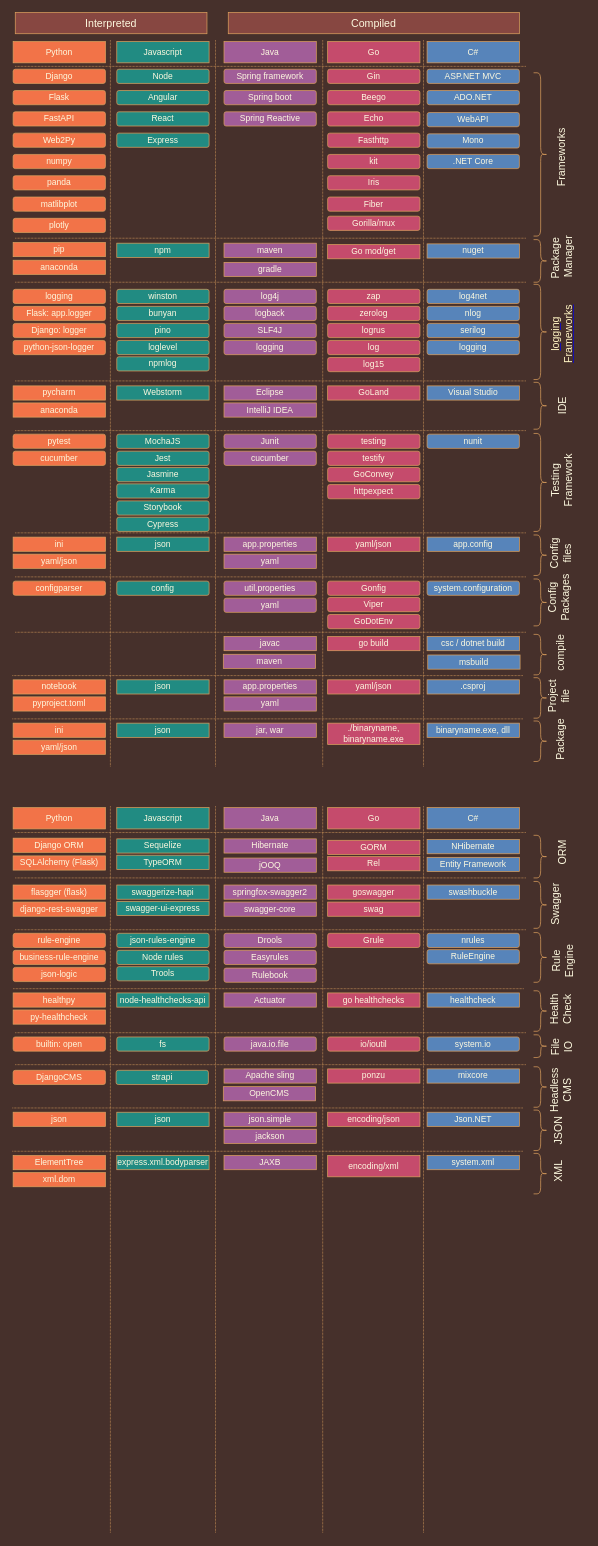
The draw.io diagram page "Programming Languages" (1 of 11) of programming Languages.drawio in blitznihar/draws, before the edit. Source tidied: cells renumbered, new cells numbered last; positions are measured from the earlier drawing's top-left corner, leaving out a move shared by most shapes. Both pictures are drawn from the tidied source at 71%, with x=0, y=0 at pixel (12, 12).
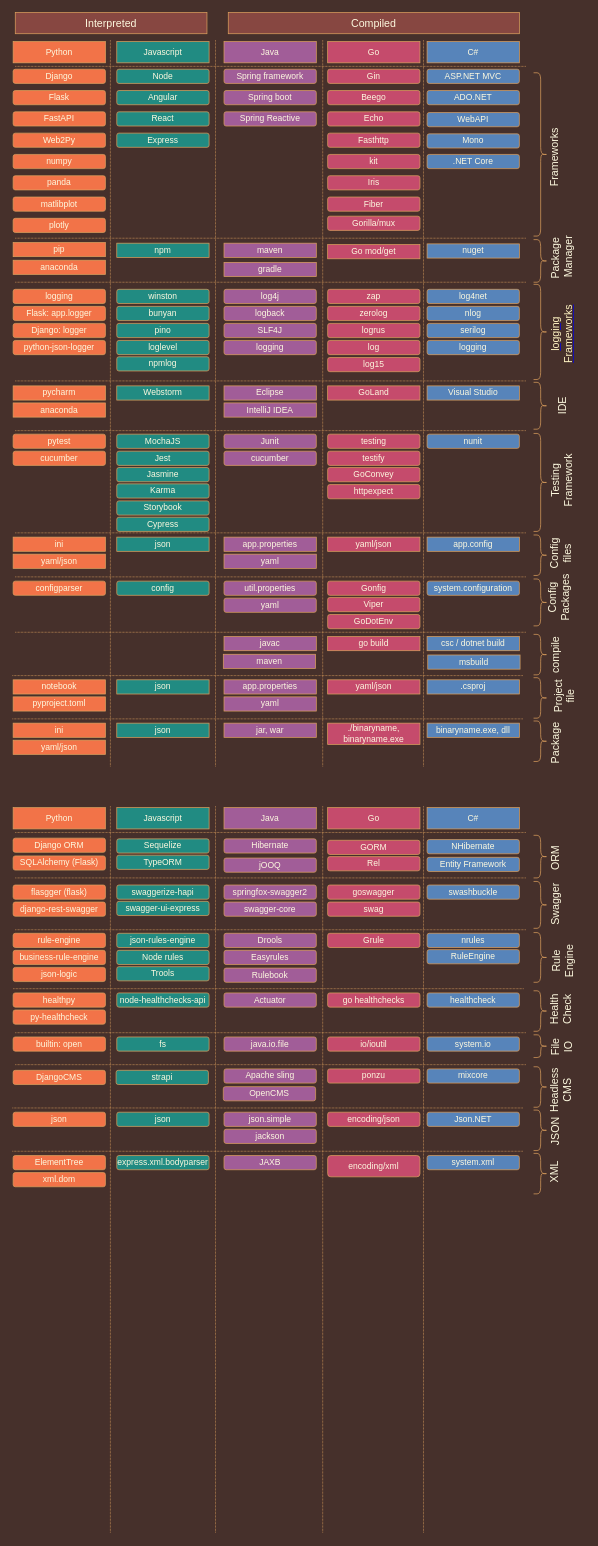
After the change.

Change to the diagram source:
```diff
@@
     <mxCell id="32" value="Frameworks" style="text;html=1;strokeColor=none;fillColor=none;align=center;verticalAlign=middle;whiteSpace=wrap;rounded=0;fontFamily=Helvetica;fontSize=15;horizontal=0;fontColor=#FEFAE0;" parent="1" vertex="1">
-      <mxGeometry x="743" y="189" width="60" height="30" as="geometry" />
+      <mxGeometry x="733" y="189" width="60" height="30" as="geometry" />
     </mxCell>
@@
     <mxCell id="133" value="compile" style="text;html=1;strokeColor=none;fillColor=none;align=center;verticalAlign=middle;whiteSpace=wrap;rounded=0;fontFamily=Helvetica;fontSize=15;horizontal=0;fontColor=#FEFAE0;" parent="1" vertex="1">
-      <mxGeometry x="742" y="887" width="60" height="30" as="geometry" />
+      <mxGeometry x="734" y="890" width="60" height="30" as="geometry" />
     </mxCell>
@@
     <mxCell id="143" value="Project file" style="text;html=1;strokeColor=none;fillColor=none;align=center;verticalAlign=middle;whiteSpace=wrap;rounded=0;fontFamily=Helvetica;fontSize=15;horizontal=0;fontColor=#FEFAE0;" parent="1" vertex="1">
-      <mxGeometry x="739" y="948" width="60" height="30" as="geometry" />
+      <mxGeometry x="747" y="948" width="60" height="30" as="geometry" />
     </mxCell>
@@
     <mxCell id="152" value="Package" style="text;html=1;strokeColor=none;fillColor=none;align=center;verticalAlign=middle;whiteSpace=wrap;rounded=0;fontFamily=Helvetica;fontSize=15;horizontal=0;fontColor=#FEFAE0;" parent="1" vertex="1">
-      <mxGeometry x="742" y="1009" width="60" height="30" as="geometry" />
+      <mxGeometry x="735" y="1014" width="60" height="30" as="geometry" />
     </mxCell>
@@
-    <mxCell id="160" value="Django ORM" style="rounded=0;whiteSpace=wrap;html=1;fillColor=#F27348;strokeColor=#DDA15E;fontColor=#FEFAE0;" parent="1" vertex="1">
+    <mxCell id="160" value="Django ORM" style="rounded=1;whiteSpace=wrap;html=1;fillColor=#F27348;strokeColor=#DDA15E;fontColor=#FEFAE0;" parent="1" vertex="1">
       <mxGeometry x="1" y="1163" width="130" height="20" as="geometry" />
     </mxCell>
-    <mxCell id="161" value="Sequelize" style="rounded=0;whiteSpace=wrap;html=1;fillColor=#218B82;strokeColor=#DDA15E;fontColor=#FEFAE0;" parent="1" vertex="1">
+    <mxCell id="161" value="Sequelize" style="rounded=1;whiteSpace=wrap;html=1;fillColor=#218B82;strokeColor=#DDA15E;fontColor=#FEFAE0;" parent="1" vertex="1">
       <mxGeometry x="147" y="1164" width="130" height="20" as="geometry" />
     </mxCell>
-    <mxCell id="162" value="Hibernate" style="rounded=0;whiteSpace=wrap;html=1;fillColor=#A15D98;strokeColor=#DDA15E;fontColor=#FEFAE0;" parent="1" vertex="1">
+    <mxCell id="162" value="Hibernate" style="rounded=1;whiteSpace=wrap;html=1;fillColor=#A15D98;strokeColor=#DDA15E;fontColor=#FEFAE0;" parent="1" vertex="1">
       <mxGeometry x="298" y="1164" width="130" height="20" as="geometry" />
     </mxCell>
-    <mxCell id="163" value="jOOQ" style="rounded=0;whiteSpace=wrap;html=1;fillColor=#A15D98;strokeColor=#DDA15E;fontColor=#FEFAE0;" parent="1" vertex="1">
+    <mxCell id="163" value="jOOQ" style="rounded=1;whiteSpace=wrap;html=1;fillColor=#A15D98;strokeColor=#DDA15E;fontColor=#FEFAE0;" parent="1" vertex="1">
       <mxGeometry x="298" y="1191" width="130" height="20" as="geometry" />
     </mxCell>
-    <mxCell id="164" value="GORM" style="rounded=0;whiteSpace=wrap;html=1;fillColor=#C54B6C;strokeColor=#DDA15E;fontColor=#FEFAE0;" parent="1" vertex="1">
+    <mxCell id="164" value="GORM" style="rounded=1;whiteSpace=wrap;html=1;fillColor=#C54B6C;strokeColor=#DDA15E;fontColor=#FEFAE0;" parent="1" vertex="1">
       <mxGeometry x="444" y="1166" width="130" height="20" as="geometry" />
     </mxCell>
-    <mxCell id="165" value="NHibernate" style="rounded=0;whiteSpace=wrap;html=1;fillColor=#5784BA;strokeColor=#DDA15E;fontColor=#FEFAE0;" parent="1" vertex="1">
+    <mxCell id="165" value="NHibernate" style="rounded=1;whiteSpace=wrap;html=1;fillColor=#5784BA;strokeColor=#DDA15E;fontColor=#FEFAE0;" parent="1" vertex="1">
       <mxGeometry x="584" y="1165" width="130" height="20" as="geometry" />
     </mxCell>
@@
     <mxCell id="167" value="ORM" style="text;html=1;strokeColor=none;fillColor=none;align=center;verticalAlign=middle;whiteSpace=wrap;rounded=0;fontFamily=Helvetica;fontSize=15;horizontal=0;fontColor=#FEFAE0;" parent="1" vertex="1">
-      <mxGeometry x="744" y="1168" width="60" height="30" as="geometry" />
+      <mxGeometry x="735" y="1176" width="60" height="30" as="geometry" />
     </mxCell>
-    <mxCell id="168" value="SQLAlchemy (Flask)" style="rounded=0;whiteSpace=wrap;html=1;fillColor=#F27348;strokeColor=#DDA15E;fontColor=#FEFAE0;" parent="1" vertex="1">
+    <mxCell id="168" value="SQLAlchemy (Flask)" style="rounded=1;whiteSpace=wrap;html=1;fillColor=#F27348;strokeColor=#DDA15E;fontColor=#FEFAE0;" parent="1" vertex="1">
       <mxGeometry x="1" y="1188" width="130" height="20" as="geometry" />
     </mxCell>
@@
-    <mxCell id="175" value="flasgger (flask)" style="rounded=0;whiteSpace=wrap;html=1;fillColor=#F27348;strokeColor=#DDA15E;fontColor=#FEFAE0;" parent="1" vertex="1">
+    <mxCell id="175" value="flasgger (flask)" style="rounded=1;whiteSpace=wrap;html=1;fillColor=#F27348;strokeColor=#DDA15E;fontColor=#FEFAE0;" parent="1" vertex="1">
       <mxGeometry x="1" y="1229" width="130" height="20" as="geometry" />
     </mxCell>
-    <mxCell id="176" value="swaggerize-hapi" style="rounded=0;whiteSpace=wrap;html=1;fillColor=#218B82;strokeColor=#DDA15E;fontColor=#FEFAE0;" parent="1" vertex="1">
+    <mxCell id="176" value="swaggerize-hapi" style="rounded=1;whiteSpace=wrap;html=1;fillColor=#218B82;strokeColor=#DDA15E;fontColor=#FEFAE0;" parent="1" vertex="1">
       <mxGeometry x="147" y="1229" width="130" height="20" as="geometry" />
     </mxCell>
-    <mxCell id="177" value="springfox-swagger2" style="rounded=0;whiteSpace=wrap;html=1;fillColor=#A15D98;strokeColor=#DDA15E;fontColor=#FEFAE0;" parent="1" vertex="1">
+    <mxCell id="177" value="springfox-swagger2" style="rounded=1;whiteSpace=wrap;html=1;fillColor=#A15D98;strokeColor=#DDA15E;fontColor=#FEFAE0;" parent="1" vertex="1">
       <mxGeometry x="298" y="1229" width="130" height="20" as="geometry" />
     </mxCell>
-    <mxCell id="178" value="swagger-core" style="rounded=0;whiteSpace=wrap;html=1;fillColor=#A15D98;strokeColor=#DDA15E;fontColor=#FEFAE0;" parent="1" vertex="1">
+    <mxCell id="178" value="swagger-core" style="rounded=1;whiteSpace=wrap;html=1;fillColor=#A15D98;strokeColor=#DDA15E;fontColor=#FEFAE0;" parent="1" vertex="1">
       <mxGeometry x="298" y="1253" width="130" height="20" as="geometry" />
     </mxCell>
-    <mxCell id="179" value="goswagger" style="rounded=0;whiteSpace=wrap;html=1;fillColor=#C54B6C;strokeColor=#DDA15E;fontColor=#FEFAE0;" parent="1" vertex="1">
+    <mxCell id="179" value="goswagger" style="rounded=1;whiteSpace=wrap;html=1;fillColor=#C54B6C;strokeColor=#DDA15E;fontColor=#FEFAE0;" parent="1" vertex="1">
       <mxGeometry x="444" y="1229" width="130" height="20" as="geometry" />
     </mxCell>
-    <mxCell id="180" value="swashbuckle" style="rounded=0;whiteSpace=wrap;html=1;fillColor=#5784BA;strokeColor=#DDA15E;fontColor=#FEFAE0;" parent="1" vertex="1">
+    <mxCell id="180" value="swashbuckle" style="rounded=1;whiteSpace=wrap;html=1;fillColor=#5784BA;strokeColor=#DDA15E;fontColor=#FEFAE0;" parent="1" vertex="1">
       <mxGeometry x="584" y="1229" width="130" height="20" as="geometry" />
     </mxCell>
@@
-    <mxCell id="182" value="django-rest-swagger" style="rounded=0;whiteSpace=wrap;html=1;fillColor=#F27348;strokeColor=#DDA15E;fontColor=#FEFAE0;" parent="1" vertex="1">
+    <mxCell id="182" value="django-rest-swagger" style="rounded=1;whiteSpace=wrap;html=1;fillColor=#F27348;strokeColor=#DDA15E;fontColor=#FEFAE0;" parent="1" vertex="1">
       <mxGeometry x="1" y="1253" width="130" height="20" as="geometry" />
     </mxCell>
@@
-    <mxCell id="197" value="healthpy" style="rounded=0;whiteSpace=wrap;html=1;fillColor=#F27348;strokeColor=#DDA15E;fontColor=#FEFAE0;" parent="1" vertex="1">
+    <mxCell id="197" value="healthpy" style="rounded=1;whiteSpace=wrap;html=1;fillColor=#F27348;strokeColor=#DDA15E;fontColor=#FEFAE0;" parent="1" vertex="1">
       <mxGeometry x="1" y="1381" width="130" height="20" as="geometry" />
     </mxCell>
-    <mxCell id="198" value="node-healthchecks-api" style="rounded=0;whiteSpace=wrap;html=1;fillColor=#218B82;strokeColor=#DDA15E;fontColor=#FEFAE0;" parent="1" vertex="1">
+    <mxCell id="198" value="node-healthchecks-api" style="rounded=1;whiteSpace=wrap;html=1;fillColor=#218B82;strokeColor=#DDA15E;fontColor=#FEFAE0;" parent="1" vertex="1">
       <mxGeometry x="147" y="1381" width="130" height="20" as="geometry" />
     </mxCell>
-    <mxCell id="199" value="Actuator" style="rounded=0;whiteSpace=wrap;html=1;fillColor=#A15D98;strokeColor=#DDA15E;fontColor=#FEFAE0;" parent="1" vertex="1">
+    <mxCell id="199" value="Actuator" style="rounded=1;whiteSpace=wrap;html=1;fillColor=#A15D98;strokeColor=#DDA15E;fontColor=#FEFAE0;" parent="1" vertex="1">
       <mxGeometry x="298" y="1381" width="130" height="20" as="geometry" />
     </mxCell>
-    <mxCell id="200" value="go&amp;nbsp;healthchecks" style="rounded=0;whiteSpace=wrap;html=1;fillColor=#C54B6C;strokeColor=#DDA15E;fontColor=#FEFAE0;" parent="1" vertex="1">
+    <mxCell id="200" value="go&amp;nbsp;healthchecks" style="rounded=1;whiteSpace=wrap;html=1;fillColor=#C54B6C;strokeColor=#DDA15E;fontColor=#FEFAE0;" parent="1" vertex="1">
       <mxGeometry x="444" y="1381" width="130" height="20" as="geometry" />
     </mxCell>
-    <mxCell id="201" value="healthcheck" style="rounded=0;whiteSpace=wrap;html=1;fillColor=#5784BA;strokeColor=#DDA15E;fontColor=#FEFAE0;" parent="1" vertex="1">
+    <mxCell id="201" value="healthcheck" style="rounded=1;whiteSpace=wrap;html=1;fillColor=#5784BA;strokeColor=#DDA15E;fontColor=#FEFAE0;" parent="1" vertex="1">
       <mxGeometry x="584" y="1381" width="130" height="20" as="geometry" />
     </mxCell>
@@
-    <mxCell id="203" value="py-healthcheck" style="rounded=0;whiteSpace=wrap;html=1;fillColor=#F27348;strokeColor=#DDA15E;fontColor=#FEFAE0;" parent="1" vertex="1">
+    <mxCell id="203" value="py-healthcheck" style="rounded=1;whiteSpace=wrap;html=1;fillColor=#F27348;strokeColor=#DDA15E;fontColor=#FEFAE0;" parent="1" vertex="1">
       <mxGeometry x="1" y="1405" width="130" height="20" as="geometry" />
     </mxCell>
@@
-    <mxCell id="214" value="Apache sling" style="rounded=0;whiteSpace=wrap;html=1;fillColor=#A15D98;strokeColor=#DDA15E;fontColor=#FEFAE0;" parent="1" vertex="1">
+    <mxCell id="214" value="Apache sling" style="rounded=1;whiteSpace=wrap;html=1;fillColor=#A15D98;strokeColor=#DDA15E;fontColor=#FEFAE0;" parent="1" vertex="1">
       <mxGeometry x="298" y="1488" width="130" height="20" as="geometry" />
     </mxCell>
-    <mxCell id="215" value="ponzu" style="rounded=0;whiteSpace=wrap;html=1;fillColor=#C54B6C;strokeColor=#DDA15E;fontColor=#FEFAE0;" parent="1" vertex="1">
+    <mxCell id="215" value="ponzu" style="rounded=1;whiteSpace=wrap;html=1;fillColor=#C54B6C;strokeColor=#DDA15E;fontColor=#FEFAE0;" parent="1" vertex="1">
       <mxGeometry x="444" y="1488" width="130" height="20" as="geometry" />
     </mxCell>
-    <mxCell id="216" value="mixcore" style="rounded=0;whiteSpace=wrap;html=1;fillColor=#5784BA;strokeColor=#DDA15E;fontColor=#FEFAE0;" parent="1" vertex="1">
+    <mxCell id="216" value="mixcore" style="rounded=1;whiteSpace=wrap;html=1;fillColor=#5784BA;strokeColor=#DDA15E;fontColor=#FEFAE0;" parent="1" vertex="1">
       <mxGeometry x="584" y="1488" width="130" height="20" as="geometry" />
     </mxCell>
@@
-    <mxCell id="220" value="json" style="rounded=0;whiteSpace=wrap;html=1;fillColor=#F27348;strokeColor=#DDA15E;fontColor=#FEFAE0;" parent="1" vertex="1">
+    <mxCell id="220" value="json" style="rounded=1;whiteSpace=wrap;html=1;fillColor=#F27348;strokeColor=#DDA15E;fontColor=#FEFAE0;" parent="1" vertex="1">
       <mxGeometry x="1" y="1549" width="130" height="20" as="geometry" />
     </mxCell>
-    <mxCell id="221" value="json" style="rounded=0;whiteSpace=wrap;html=1;fillColor=#218B82;strokeColor=#DDA15E;fontColor=#FEFAE0;" parent="1" vertex="1">
+    <mxCell id="221" value="json" style="rounded=1;whiteSpace=wrap;html=1;fillColor=#218B82;strokeColor=#DDA15E;fontColor=#FEFAE0;" parent="1" vertex="1">
       <mxGeometry x="147" y="1549" width="130" height="20" as="geometry" />
     </mxCell>
-    <mxCell id="222" value="json.simple" style="rounded=0;whiteSpace=wrap;html=1;fillColor=#A15D98;strokeColor=#DDA15E;fontColor=#FEFAE0;" parent="1" vertex="1">
+    <mxCell id="222" value="json.simple" style="rounded=1;whiteSpace=wrap;html=1;fillColor=#A15D98;strokeColor=#DDA15E;fontColor=#FEFAE0;" parent="1" vertex="1">
       <mxGeometry x="298" y="1549" width="130" height="20" as="geometry" />
     </mxCell>
-    <mxCell id="223" value="jackson" style="rounded=0;whiteSpace=wrap;html=1;fillColor=#A15D98;strokeColor=#DDA15E;fontColor=#FEFAE0;" parent="1" vertex="1">
+    <mxCell id="223" value="jackson" style="rounded=1;whiteSpace=wrap;html=1;fillColor=#A15D98;strokeColor=#DDA15E;fontColor=#FEFAE0;" parent="1" vertex="1">
       <mxGeometry x="298" y="1573" width="130" height="20" as="geometry" />
     </mxCell>
-    <mxCell id="224" value="encoding/json" style="rounded=0;whiteSpace=wrap;html=1;fillColor=#C54B6C;strokeColor=#DDA15E;fontColor=#FEFAE0;" parent="1" vertex="1">
+    <mxCell id="224" value="encoding/json" style="rounded=1;whiteSpace=wrap;html=1;fillColor=#C54B6C;strokeColor=#DDA15E;fontColor=#FEFAE0;" parent="1" vertex="1">
       <mxGeometry x="444" y="1549" width="130" height="20" as="geometry" />
     </mxCell>
-    <mxCell id="225" value="Json.NET" style="rounded=0;whiteSpace=wrap;html=1;fillColor=#5784BA;strokeColor=#DDA15E;fontColor=#FEFAE0;" parent="1" vertex="1">
+    <mxCell id="225" value="Json.NET" style="rounded=1;whiteSpace=wrap;html=1;fillColor=#5784BA;strokeColor=#DDA15E;fontColor=#FEFAE0;" parent="1" vertex="1">
       <mxGeometry x="584" y="1549" width="130" height="20" as="geometry" />
     </mxCell>
@@
     <mxCell id="227" value="JSON" style="text;html=1;strokeColor=none;fillColor=none;align=center;verticalAlign=middle;whiteSpace=wrap;rounded=0;fontFamily=Helvetica;fontSize=15;horizontal=0;fontColor=#FEFAE0;" parent="1" vertex="1">
-      <mxGeometry x="739" y="1560" width="60" height="30" as="geometry" />
+      <mxGeometry x="735" y="1561" width="60" height="30" as="geometry" />
     </mxCell>
@@
-    <mxCell id="229" value="ElementTree" style="rounded=0;whiteSpace=wrap;html=1;fillColor=#F27348;strokeColor=#DDA15E;fontColor=#FEFAE0;" parent="1" vertex="1">
+    <mxCell id="229" value="ElementTree" style="rounded=1;whiteSpace=wrap;html=1;fillColor=#F27348;strokeColor=#DDA15E;fontColor=#FEFAE0;" parent="1" vertex="1">
       <mxGeometry x="1" y="1610" width="130" height="20" as="geometry" />
     </mxCell>
-    <mxCell id="230" value="express.xml.bodyparser" style="rounded=0;whiteSpace=wrap;html=1;fillColor=#218B82;strokeColor=#DDA15E;fontColor=#FEFAE0;" parent="1" vertex="1">
+    <mxCell id="230" value="express.xml.bodyparser" style="rounded=1;whiteSpace=wrap;html=1;fillColor=#218B82;strokeColor=#DDA15E;fontColor=#FEFAE0;" parent="1" vertex="1">
       <mxGeometry x="147" y="1610" width="130" height="20" as="geometry" />
     </mxCell>
-    <mxCell id="231" value="JAXB" style="rounded=0;whiteSpace=wrap;html=1;fillColor=#A15D98;strokeColor=#DDA15E;fontColor=#FEFAE0;" parent="1" vertex="1">
+    <mxCell id="231" value="JAXB" style="rounded=1;whiteSpace=wrap;html=1;fillColor=#A15D98;strokeColor=#DDA15E;fontColor=#FEFAE0;" parent="1" vertex="1">
       <mxGeometry x="298" y="1610" width="130" height="20" as="geometry" />
     </mxCell>
-    <mxCell id="232" value="encoding/xml" style="rounded=0;whiteSpace=wrap;html=1;fillColor=#C54B6C;strokeColor=#DDA15E;fontColor=#FEFAE0;" parent="1" vertex="1">
+    <mxCell id="232" value="encoding/xml" style="rounded=1;whiteSpace=wrap;html=1;fillColor=#C54B6C;strokeColor=#DDA15E;fontColor=#FEFAE0;" parent="1" vertex="1">
       <mxGeometry x="444" y="1610" width="130" height="30" as="geometry" />
     </mxCell>
-    <mxCell id="233" value="system.xml" style="rounded=0;whiteSpace=wrap;html=1;fillColor=#5784BA;strokeColor=#DDA15E;fontColor=#FEFAE0;" parent="1" vertex="1">
+    <mxCell id="233" value="system.xml" style="rounded=1;whiteSpace=wrap;html=1;fillColor=#5784BA;strokeColor=#DDA15E;fontColor=#FEFAE0;" parent="1" vertex="1">
       <mxGeometry x="584" y="1610" width="130" height="20" as="geometry" />
     </mxCell>
@@
-    <mxCell id="235" value="xml.dom" style="rounded=0;whiteSpace=wrap;html=1;fillColor=#F27348;strokeColor=#DDA15E;fontColor=#FEFAE0;" parent="1" vertex="1">
+    <mxCell id="235" value="xml.dom" style="rounded=1;whiteSpace=wrap;html=1;fillColor=#F27348;strokeColor=#DDA15E;fontColor=#FEFAE0;" parent="1" vertex="1">
       <mxGeometry x="1" y="1634" width="130" height="20" as="geometry" />
     </mxCell>
     <mxCell id="236" value="XML" style="text;html=1;strokeColor=none;fillColor=none;align=center;verticalAlign=middle;whiteSpace=wrap;rounded=0;fontFamily=Helvetica;fontSize=15;horizontal=0;fontColor=#FEFAE0;" parent="1" vertex="1">
-      <mxGeometry x="739" y="1617" width="60" height="30" as="geometry" />
+      <mxGeometry x="733" y="1618" width="60" height="30" as="geometry" />
     </mxCell>
-    <mxCell id="237" value="OpenCMS" style="rounded=0;whiteSpace=wrap;html=1;fillColor=#A15D98;strokeColor=#DDA15E;fontColor=#FEFAE0;" parent="1" vertex="1">
+    <mxCell id="237" value="OpenCMS" style="rounded=1;whiteSpace=wrap;html=1;fillColor=#A15D98;strokeColor=#DDA15E;fontColor=#FEFAE0;" parent="1" vertex="1">
       <mxGeometry x="297" y="1513" width="130" height="20" as="geometry" />
     </mxCell>
-    <mxCell id="238" value="Entity Framework" style="rounded=0;whiteSpace=wrap;html=1;fillColor=#5784BA;strokeColor=#DDA15E;fontColor=#FEFAE0;" parent="1" vertex="1">
+    <mxCell id="238" value="Entity Framework" style="rounded=1;whiteSpace=wrap;html=1;fillColor=#5784BA;strokeColor=#DDA15E;fontColor=#FEFAE0;" parent="1" vertex="1">
       <mxGeometry x="584" y="1190" width="130" height="20" as="geometry" />
     </mxCell>
-    <mxCell id="239" value="TypeORM" style="rounded=0;whiteSpace=wrap;html=1;fillColor=#218B82;strokeColor=#DDA15E;fontColor=#FEFAE0;" parent="1" vertex="1">
+    <mxCell id="239" value="TypeORM" style="rounded=1;whiteSpace=wrap;html=1;fillColor=#218B82;strokeColor=#DDA15E;fontColor=#FEFAE0;" parent="1" vertex="1">
       <mxGeometry x="147" y="1187" width="130" height="20" as="geometry" />
     </mxCell>
-    <mxCell id="240" value="Rel" style="rounded=0;whiteSpace=wrap;html=1;fillColor=#C54B6C;strokeColor=#DDA15E;fontColor=#FEFAE0;" parent="1" vertex="1">
+    <mxCell id="240" value="Rel" style="rounded=1;whiteSpace=wrap;html=1;fillColor=#C54B6C;strokeColor=#DDA15E;fontColor=#FEFAE0;" parent="1" vertex="1">
       <mxGeometry x="444" y="1189" width="130" height="20" as="geometry" />
     </mxCell>
@@
-    <mxCell id="246" value="swag" style="rounded=0;whiteSpace=wrap;html=1;fillColor=#C54B6C;strokeColor=#DDA15E;fontColor=#FEFAE0;" parent="1" vertex="1">
+    <mxCell id="246" value="swag" style="rounded=1;whiteSpace=wrap;html=1;fillColor=#C54B6C;strokeColor=#DDA15E;fontColor=#FEFAE0;" parent="1" vertex="1">
       <mxGeometry x="444" y="1253" width="130" height="20" as="geometry" />
     </mxCell>
-    <mxCell id="247" value="swagger-ui-express" style="rounded=0;whiteSpace=wrap;html=1;fillColor=#218B82;strokeColor=#DDA15E;fontColor=#FEFAE0;" parent="1" vertex="1">
+    <mxCell id="247" value="swagger-ui-express" style="rounded=1;whiteSpace=wrap;html=1;fillColor=#218B82;strokeColor=#DDA15E;fontColor=#FEFAE0;" parent="1" vertex="1">
       <mxGeometry x="147" y="1252" width="130" height="20" as="geometry" />
     </mxCell>
```
